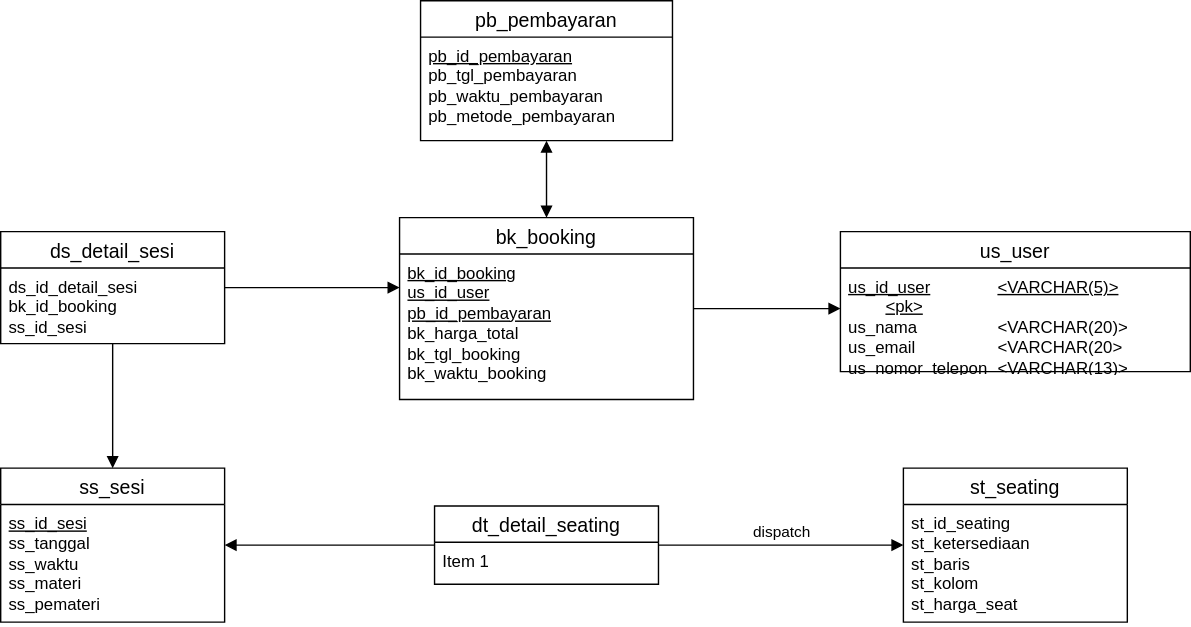
Before: SeminarSystem_PDM.drawio.svg, a diagram exported from draw.io (borednuna/Hanun-Shaka-P_Tugas2MCI). Source tidied: cells renumbered, new cells last; positions are measured from the earlier drawing's top-left corner, leaving out a move shared by most shapes. Its diagram source:
```xml
<mxGraphModel background="#ffffff">
  <root>
    <mxCell id="0" />
    <mxCell id="1" parent="0" />
    <mxCell id="2" value="bk_booking" style="swimlane;fontStyle=0;horizontal=1;startSize=26;align=center;fontSize=14;" parent="1" vertex="1">
      <mxGeometry x="285" y="155" width="210" height="130" as="geometry" />
    </mxCell>
    <mxCell id="3" value="&lt;div&gt;&lt;u&gt;bk_id_booking&lt;/u&gt;&lt;/div&gt;&lt;div&gt;&lt;u&gt;us_id_user&lt;/u&gt;&lt;/div&gt;&lt;div&gt;&lt;u&gt;pb_id_pembayaran&lt;br&gt;&lt;/u&gt;&lt;/div&gt;&lt;div&gt;bk_harga_total&lt;/div&gt;&lt;div&gt;bk_tgl_booking&lt;/div&gt;&lt;div&gt;bk_waktu_booking&lt;br&gt;&lt;/div&gt;" style="text;strokeColor=none;fillColor=none;spacingLeft=4;spacingRight=4;overflow=hidden;fontSize=12;whiteSpace=wrap;html=1;" parent="2" vertex="1">
      <mxGeometry y="26" width="210" height="104" as="geometry" />
    </mxCell>
    <mxCell id="4" value="us_user" style="swimlane;fontStyle=0;horizontal=1;startSize=26;align=center;fontSize=14;" parent="1" vertex="1">
      <mxGeometry x="600" y="165" width="250" height="100" as="geometry" />
    </mxCell>
    <mxCell id="5" value="&lt;div&gt;&lt;u&gt;us_id_user&lt;/u&gt;&lt;span style=&quot;white-space: pre;&quot;&gt; &lt;/span&gt;&lt;span style=&quot;white-space: pre;&quot;&gt; &lt;/span&gt;&lt;u&gt;&amp;lt;VARCHAR(5)&amp;gt;&lt;/u&gt;&lt;span style=&quot;white-space: pre;&quot;&gt; &lt;/span&gt;&lt;u&gt;&amp;lt;pk&amp;gt;&lt;/u&gt;&lt;br&gt;&lt;/div&gt;&lt;div&gt;us_nama&lt;span style=&quot;white-space: pre;&quot;&gt; &lt;/span&gt;&lt;span style=&quot;white-space: pre;&quot;&gt; &lt;/span&gt;&lt;span style=&quot;white-space: pre;&quot;&gt; &lt;/span&gt;&amp;lt;VARCHAR(20)&amp;gt;&lt;/div&gt;&lt;div&gt;us_email&lt;span style=&quot;white-space: pre;&quot;&gt; &lt;/span&gt;&lt;span style=&quot;white-space: pre;&quot;&gt; &lt;span style=&quot;white-space: pre;&quot;&gt; &lt;/span&gt;&lt;/span&gt;&amp;lt;VARCHAR(20&amp;gt;&lt;/div&gt;&lt;div&gt;us_nomor_telepon&lt;span style=&quot;white-space: pre;&quot;&gt; &lt;/span&gt;&amp;lt;VARCHAR(13)&amp;gt;&lt;br&gt;&lt;/div&gt;" style="text;strokeColor=none;fillColor=none;spacingLeft=4;spacingRight=4;overflow=hidden;fontSize=12;whiteSpace=wrap;html=1;" parent="4" vertex="1">
      <mxGeometry y="26" width="250" height="74" as="geometry" />
    </mxCell>
    <mxCell id="6" value="pb_pembayaran" style="swimlane;fontStyle=0;horizontal=1;startSize=26;align=center;fontSize=14;" parent="1" vertex="1">
      <mxGeometry x="300" width="180" height="100" as="geometry" />
    </mxCell>
    <mxCell id="7" value="&lt;div&gt;&lt;u&gt;pb_id_pembayaran&lt;/u&gt;&lt;/div&gt;&lt;div&gt;pb_tgl_pembayaran&lt;/div&gt;&lt;div&gt;pb_waktu_pembayaran&lt;/div&gt;&lt;div&gt;pb_metode_pembayaran&lt;br&gt;&lt;/div&gt;" style="text;strokeColor=none;fillColor=none;spacingLeft=4;spacingRight=4;overflow=hidden;fontSize=12;whiteSpace=wrap;html=1;" parent="6" vertex="1">
      <mxGeometry y="26" width="180" height="74" as="geometry" />
    </mxCell>
    <mxCell id="8" value="ds_detail_sesi" style="swimlane;fontStyle=0;horizontal=1;startSize=26;align=center;fontSize=14;" parent="1" vertex="1">
      <mxGeometry y="165" width="160" height="80" as="geometry" />
    </mxCell>
    <mxCell id="9" value="&lt;div&gt;ds_id_detail_sesi&lt;/div&gt;&lt;div&gt;bk_id_booking&lt;/div&gt;&lt;div&gt;ss_id_sesi&lt;br&gt;&lt;/div&gt;" style="text;strokeColor=none;fillColor=none;spacingLeft=4;spacingRight=4;overflow=hidden;fontSize=12;whiteSpace=wrap;html=1;" parent="8" vertex="1">
      <mxGeometry y="26" width="160" height="54" as="geometry" />
    </mxCell>
    <mxCell id="10" style="html=1;verticalAlign=bottom;endArrow=block;edgeStyle=elbowEdgeStyle;elbow=vertical;curved=0;rounded=0;" parent="1" edge="1" source="2" target="4">
      <mxGeometry x="0.24" y="48" relative="1" as="geometry">
        <Array as="points">
          <mxPoint x="570" y="220" />
        </Array>
      </mxGeometry>
    </mxCell>
    <mxCell id="11" style="endArrow=block;startArrow=block;endFill=1;startFill=1;html=1;rounded=0;" parent="1" edge="1" source="6" target="2">
      <mxGeometry relative="1" as="geometry" />
    </mxCell>
    <mxCell id="12" value="ss_sesi" style="swimlane;fontStyle=0;horizontal=1;startSize=26;align=center;fontSize=14;" parent="1" vertex="1">
      <mxGeometry y="334" width="160" height="110" as="geometry" />
    </mxCell>
    <mxCell id="13" value="&lt;div&gt;&lt;u&gt;ss_id_sesi&lt;/u&gt;&lt;/div&gt;&lt;div&gt;ss_tanggal&lt;/div&gt;&lt;div&gt;ss_waktu&lt;/div&gt;&lt;div&gt;ss_materi&lt;/div&gt;&lt;div&gt;ss_pemateri&lt;br&gt;&lt;/div&gt;" style="text;strokeColor=none;fillColor=none;spacingLeft=4;spacingRight=4;overflow=hidden;fontSize=12;whiteSpace=wrap;html=1;" parent="12" vertex="1">
      <mxGeometry y="26" width="160" height="84" as="geometry" />
    </mxCell>
    <mxCell id="14" style="html=1;verticalAlign=bottom;endArrow=block;edgeStyle=elbowEdgeStyle;elbow=vertical;curved=0;rounded=0;" parent="1" edge="1" source="8" target="2">
      <mxGeometry relative="1" as="geometry" />
    </mxCell>
    <mxCell id="15" style="html=1;verticalAlign=bottom;endArrow=block;edgeStyle=elbowEdgeStyle;elbow=vertical;curved=0;rounded=0;" parent="1" edge="1" source="8" target="12">
      <mxGeometry relative="1" as="geometry" />
    </mxCell>
    <mxCell id="16" value="dt_detail_seating" style="swimlane;fontStyle=0;horizontal=1;startSize=26;align=center;fontSize=14;" parent="1" vertex="1">
      <mxGeometry x="310" y="361" width="160" height="56" as="geometry" />
    </mxCell>
    <mxCell id="17" value="Item 1" style="text;strokeColor=none;fillColor=none;spacingLeft=4;spacingRight=4;overflow=hidden;fontSize=12;whiteSpace=wrap;html=1;" parent="16" vertex="1">
      <mxGeometry y="26" width="160" height="30" as="geometry" />
    </mxCell>
    <mxCell id="18" style="html=1;verticalAlign=bottom;endArrow=block;edgeStyle=elbowEdgeStyle;elbow=vertical;curved=0;rounded=0;" parent="1" edge="1" source="16" target="12">
      <mxGeometry relative="1" as="geometry" />
    </mxCell>
    <mxCell id="19" value="st_seating" style="swimlane;fontStyle=0;horizontal=1;startSize=26;align=center;fontSize=14;" parent="1" vertex="1">
      <mxGeometry x="645" y="334" width="160" height="110" as="geometry" />
    </mxCell>
    <mxCell id="20" value="&lt;div&gt;st_id_seating&lt;/div&gt;&lt;div&gt;st_ketersediaan&lt;/div&gt;&lt;div&gt;st_baris&lt;/div&gt;&lt;div&gt;st_kolom&lt;br&gt;&lt;/div&gt;&lt;div&gt;st_harga_seat&lt;br&gt;&lt;/div&gt;" style="text;strokeColor=none;fillColor=none;spacingLeft=4;spacingRight=4;overflow=hidden;fontSize=12;whiteSpace=wrap;html=1;" parent="19" vertex="1">
      <mxGeometry y="26" width="160" height="84" as="geometry" />
    </mxCell>
    <mxCell id="21" value="dispatch" style="html=1;verticalAlign=bottom;endArrow=block;edgeStyle=elbowEdgeStyle;elbow=vertical;curved=0;rounded=0;" parent="1" edge="1" source="16" target="19">
      <mxGeometry relative="1" as="geometry" />
    </mxCell>
  </root>
</mxGraphModel>
```
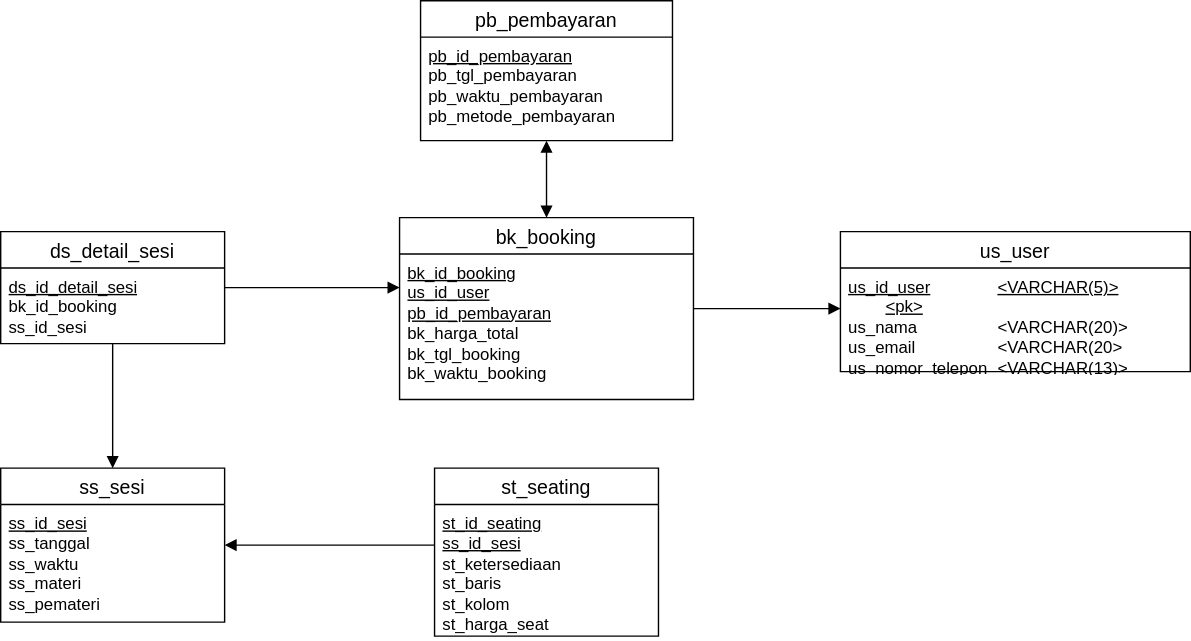
Later version of the same file.

Change to the diagram source:
```diff
@@ -23,7 +23,7 @@
     <mxCell id="8" value="ds_detail_sesi" style="swimlane;fontStyle=0;horizontal=1;startSize=26;align=center;fontSize=14;" parent="1" vertex="1">
       <mxGeometry y="165" width="160" height="80" as="geometry" />
     </mxCell>
-    <mxCell id="9" value="&lt;div&gt;ds_id_detail_sesi&lt;/div&gt;&lt;div&gt;bk_id_booking&lt;/div&gt;&lt;div&gt;ss_id_sesi&lt;br&gt;&lt;/div&gt;" style="text;strokeColor=none;fillColor=none;spacingLeft=4;spacingRight=4;overflow=hidden;fontSize=12;whiteSpace=wrap;html=1;" parent="8" vertex="1">
+    <mxCell id="9" value="&lt;div&gt;&lt;u&gt;ds_id_detail_sesi&lt;/u&gt;&lt;/div&gt;&lt;div&gt;bk_id_booking&lt;/div&gt;&lt;div&gt;ss_id_sesi&lt;br&gt;&lt;/div&gt;" style="text;strokeColor=none;fillColor=none;spacingLeft=4;spacingRight=4;overflow=hidden;fontSize=12;whiteSpace=wrap;html=1;" parent="8" vertex="1">
       <mxGeometry y="26" width="160" height="54" as="geometry" />
     </mxCell>
     <mxCell id="10" style="html=1;verticalAlign=bottom;endArrow=block;edgeStyle=elbowEdgeStyle;elbow=vertical;curved=0;rounded=0;" parent="1" edge="1" source="2" target="4">
@@ -48,23 +48,14 @@
     <mxCell id="15" style="html=1;verticalAlign=bottom;endArrow=block;edgeStyle=elbowEdgeStyle;elbow=vertical;curved=0;rounded=0;" parent="1" edge="1" source="8" target="12">
       <mxGeometry relative="1" as="geometry" />
     </mxCell>
-    <mxCell id="16" value="dt_detail_seating" style="swimlane;fontStyle=0;horizontal=1;startSize=26;align=center;fontSize=14;" parent="1" vertex="1">
-      <mxGeometry x="310" y="361" width="160" height="56" as="geometry" />
-    </mxCell>
-    <mxCell id="17" value="Item 1" style="text;strokeColor=none;fillColor=none;spacingLeft=4;spacingRight=4;overflow=hidden;fontSize=12;whiteSpace=wrap;html=1;" parent="16" vertex="1">
-      <mxGeometry y="26" width="160" height="30" as="geometry" />
-    </mxCell>
-    <mxCell id="18" style="html=1;verticalAlign=bottom;endArrow=block;edgeStyle=elbowEdgeStyle;elbow=vertical;curved=0;rounded=0;" parent="1" edge="1" source="16" target="12">
-      <mxGeometry relative="1" as="geometry" />
-    </mxCell>
     <mxCell id="19" value="st_seating" style="swimlane;fontStyle=0;horizontal=1;startSize=26;align=center;fontSize=14;" parent="1" vertex="1">
-      <mxGeometry x="645" y="334" width="160" height="110" as="geometry" />
+      <mxGeometry x="310" y="334" width="160" height="120" as="geometry" />
     </mxCell>
-    <mxCell id="20" value="&lt;div&gt;st_id_seating&lt;/div&gt;&lt;div&gt;st_ketersediaan&lt;/div&gt;&lt;div&gt;st_baris&lt;/div&gt;&lt;div&gt;st_kolom&lt;br&gt;&lt;/div&gt;&lt;div&gt;st_harga_seat&lt;br&gt;&lt;/div&gt;" style="text;strokeColor=none;fillColor=none;spacingLeft=4;spacingRight=4;overflow=hidden;fontSize=12;whiteSpace=wrap;html=1;" parent="19" vertex="1">
-      <mxGeometry y="26" width="160" height="84" as="geometry" />
+    <mxCell id="20" value="&lt;div&gt;&lt;u&gt;st_id_seating&lt;/u&gt;&lt;/div&gt;&lt;div&gt;&lt;u&gt;ss_id_sesi&lt;br&gt;&lt;/u&gt;&lt;/div&gt;&lt;div&gt;st_ketersediaan&lt;/div&gt;&lt;div&gt;st_baris&lt;/div&gt;&lt;div&gt;st_kolom&lt;br&gt;&lt;/div&gt;&lt;div&gt;st_harga_seat&lt;br&gt;&lt;/div&gt;" style="text;strokeColor=none;fillColor=none;spacingLeft=4;spacingRight=4;overflow=hidden;fontSize=12;whiteSpace=wrap;html=1;" parent="19" vertex="1">
+      <mxGeometry y="26" width="160" height="94" as="geometry" />
     </mxCell>
-    <mxCell id="21" value="dispatch" style="html=1;verticalAlign=bottom;endArrow=block;edgeStyle=elbowEdgeStyle;elbow=vertical;curved=0;rounded=0;" parent="1" edge="1" source="16" target="19">
-      <mxGeometry relative="1" as="geometry" />
-    </mxCell>
+    <mxCell id="22" style="html=1;verticalAlign=bottom;endArrow=block;edgeStyle=elbowEdgeStyle;elbow=vertical;curved=0;rounded=0;" parent="1" edge="1" source="19" target="12">
+      <mxGeometry relative="1" as="geometry" />
+    </mxCell>
   </root>
 </mxGraphModel>
```
